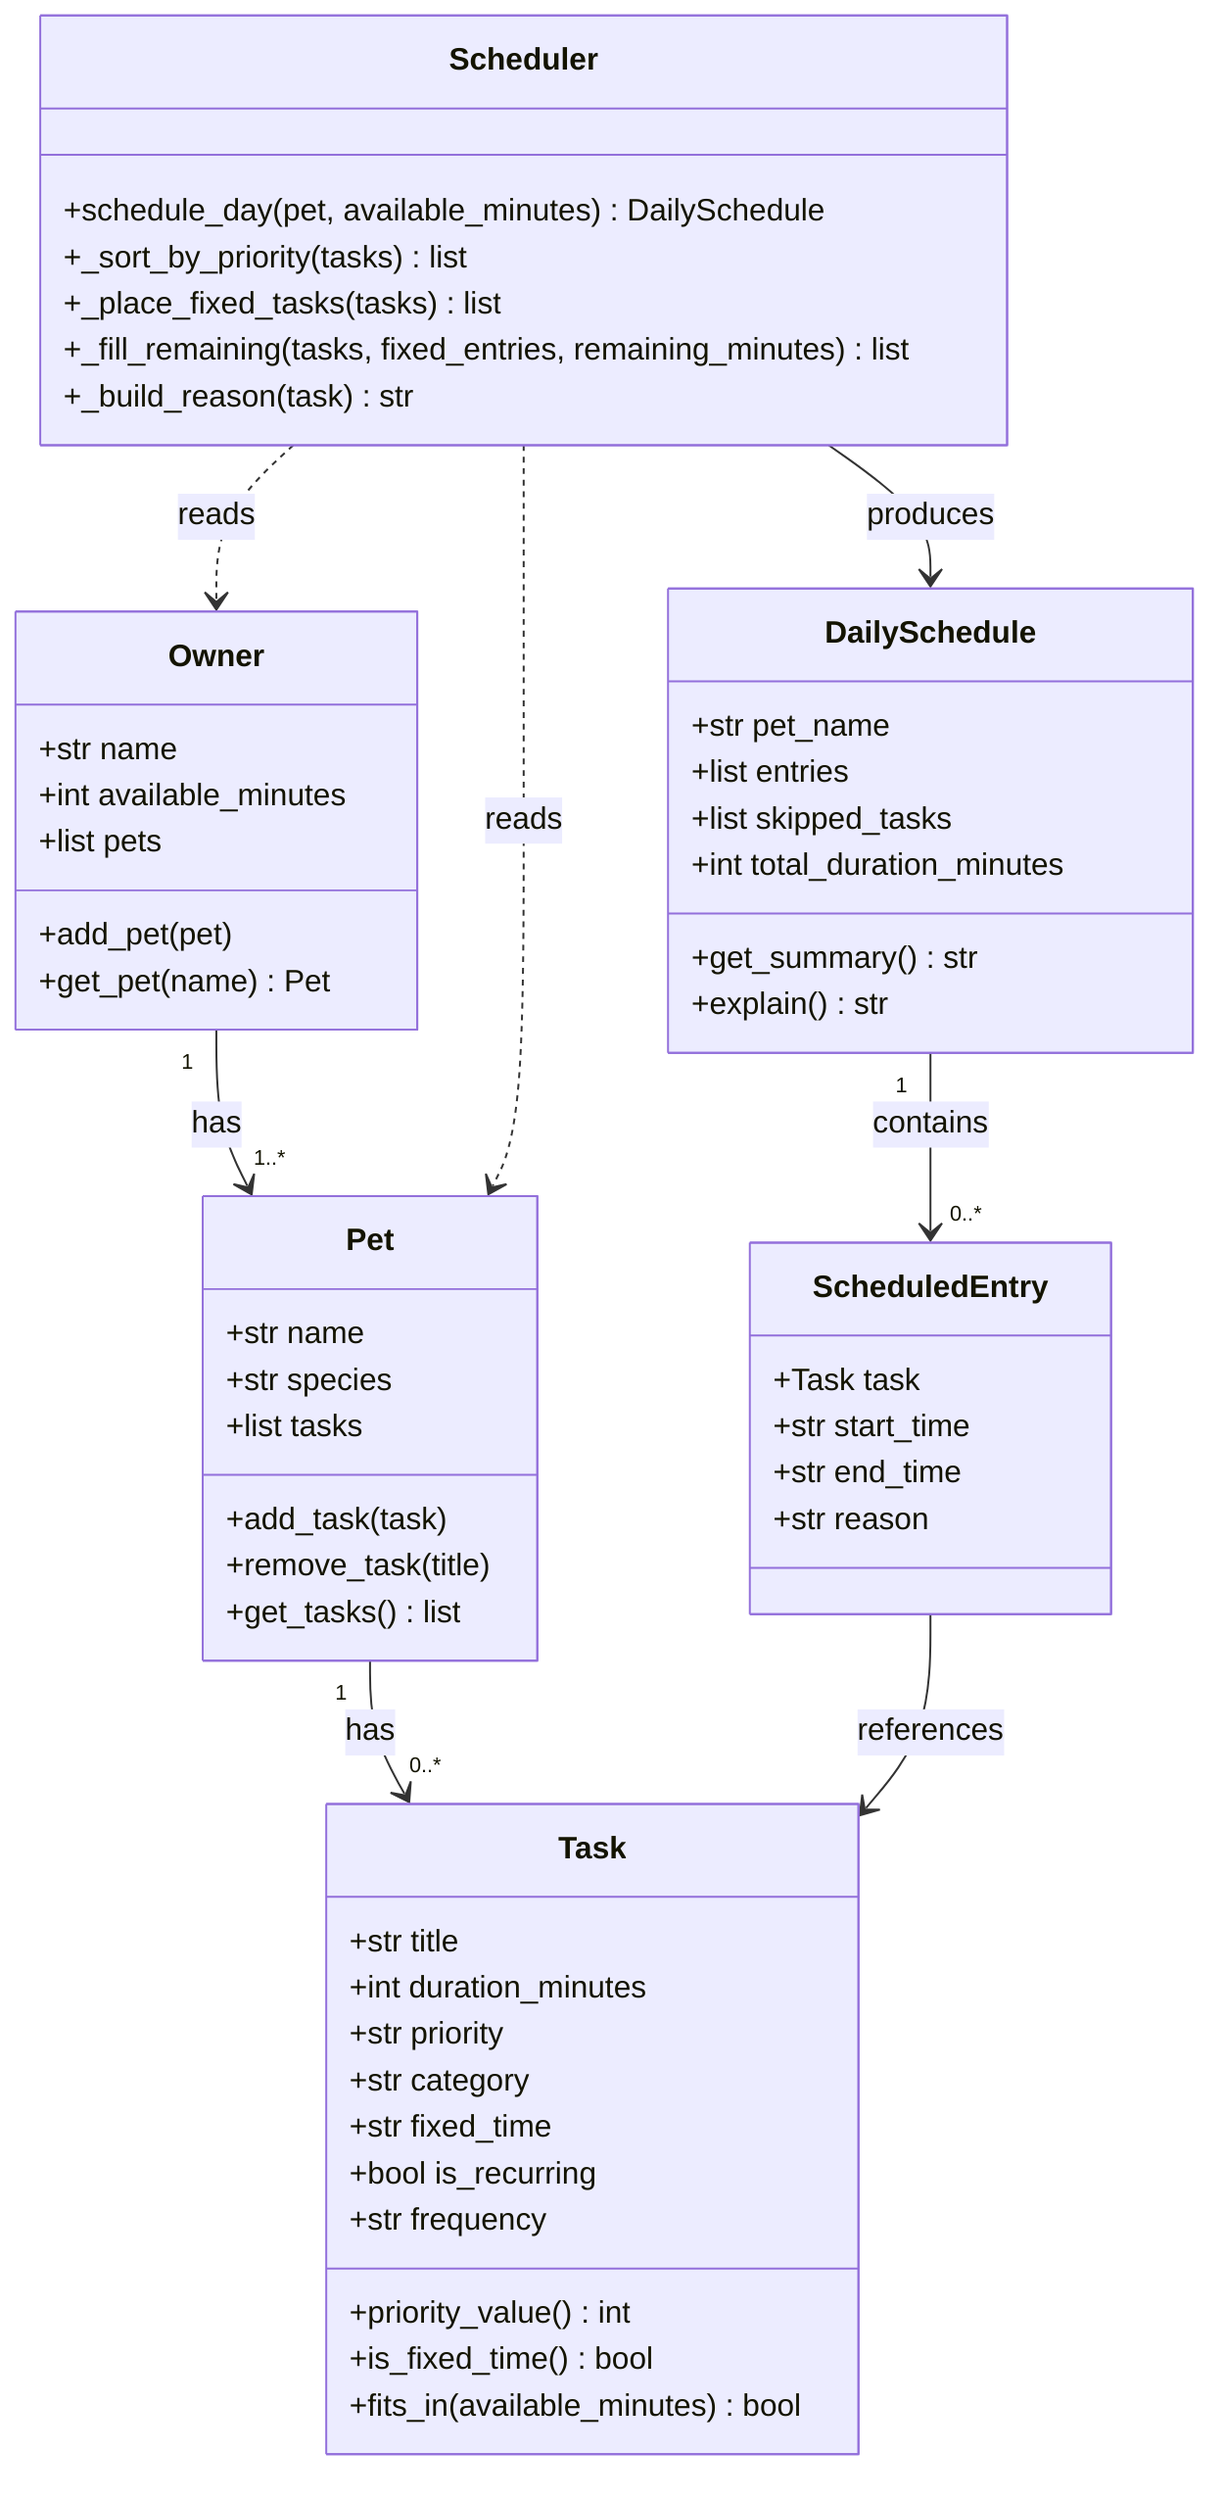
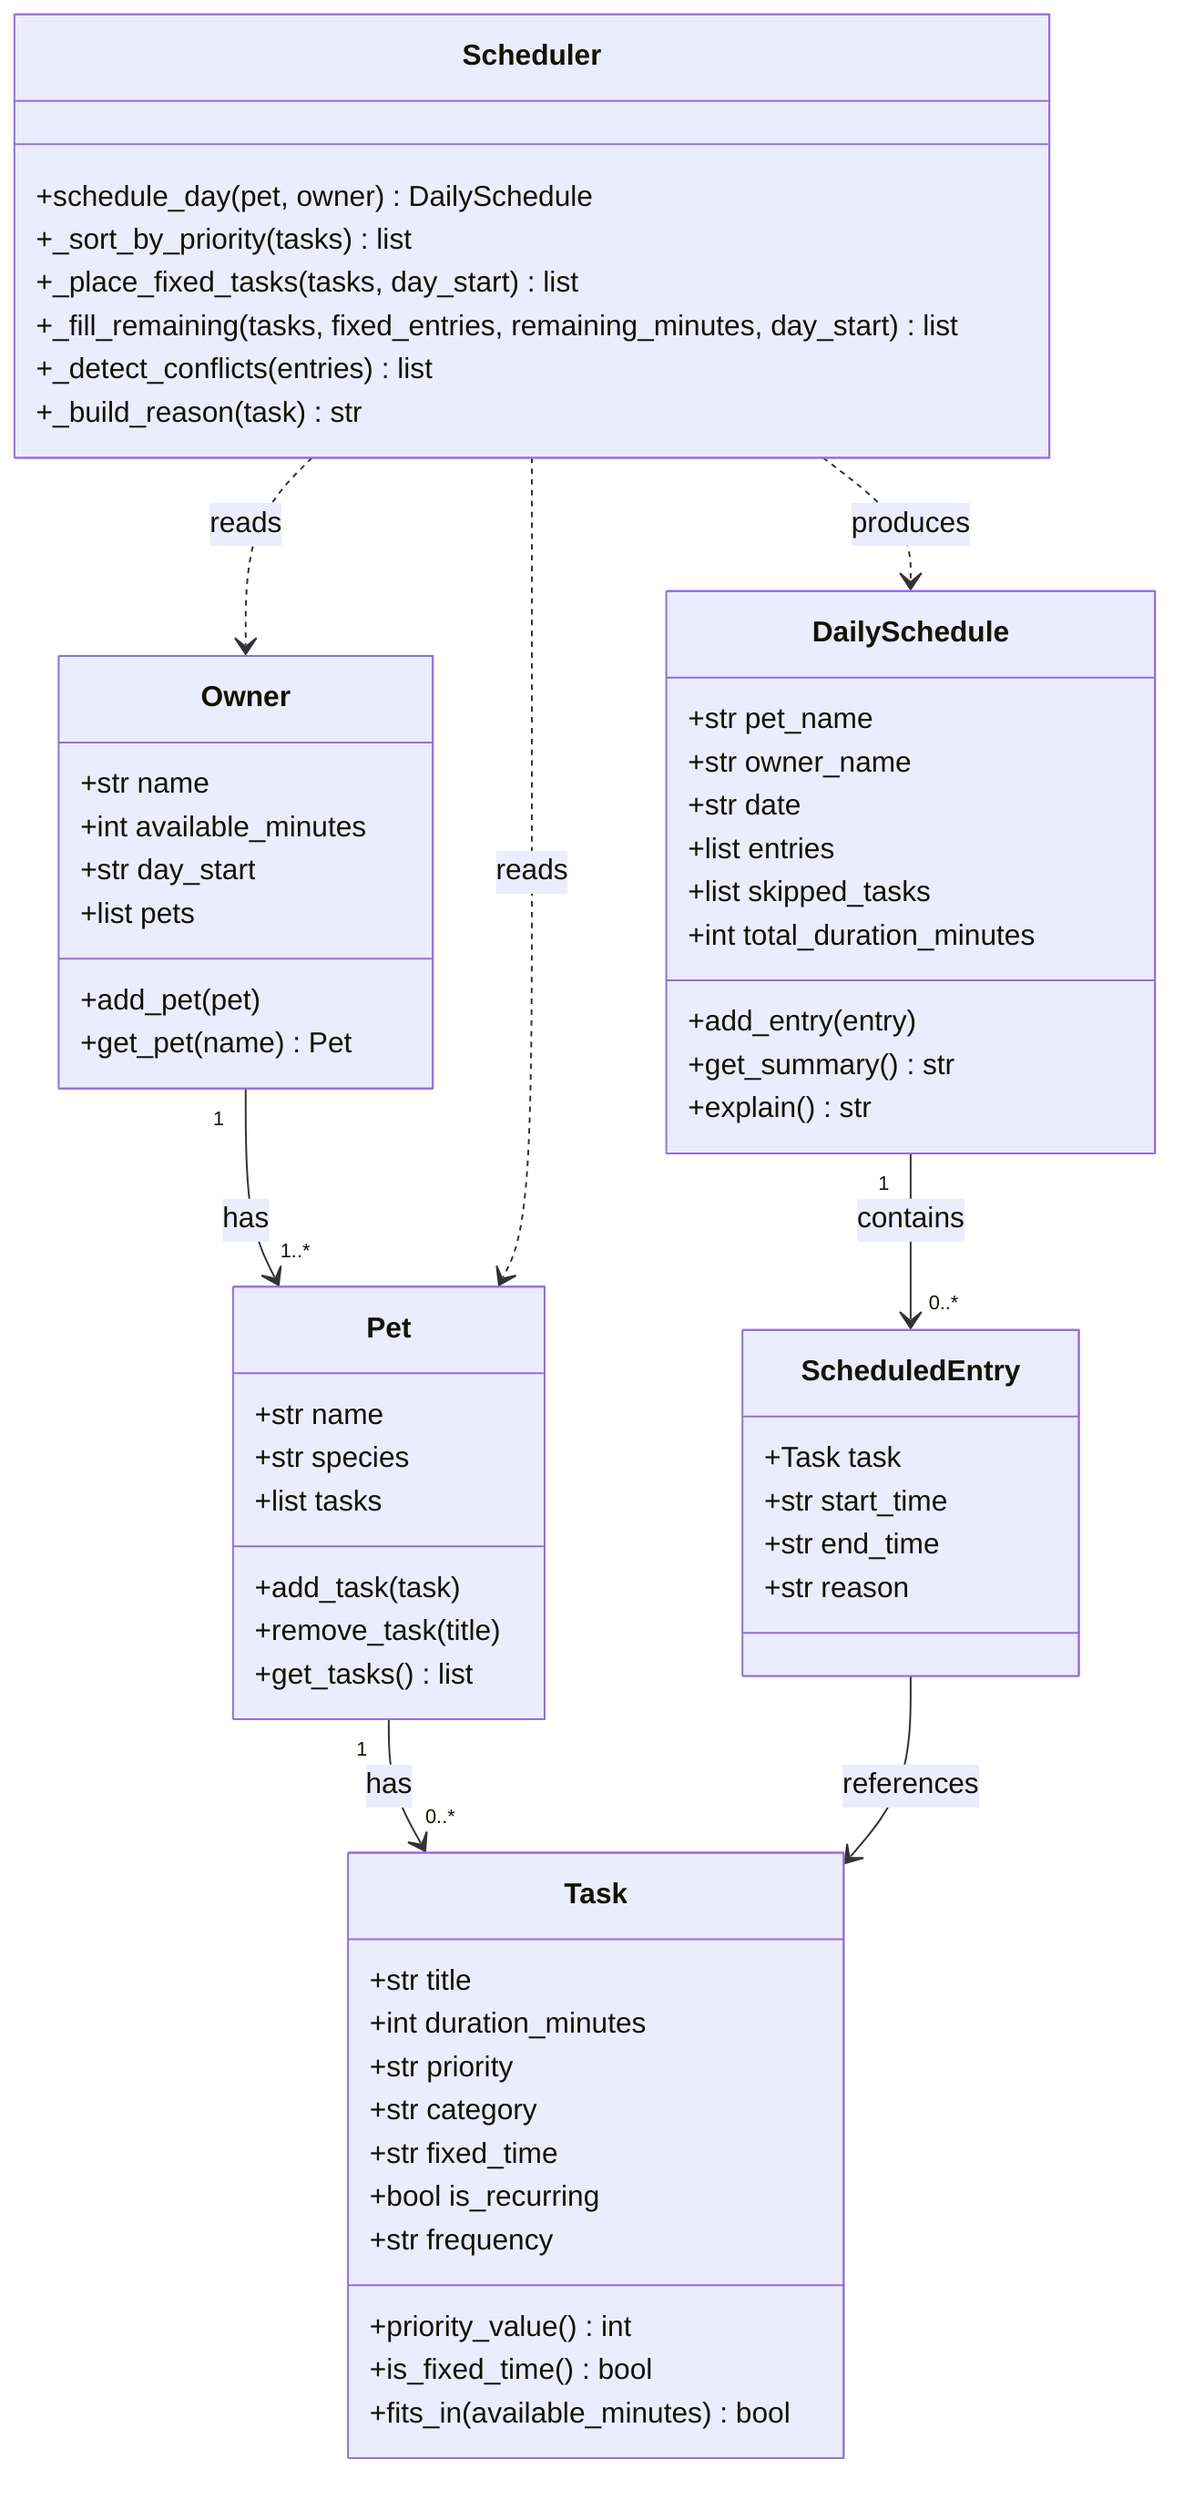
classDiagram
    class Task {
        +str title
        +int duration_minutes
        +str priority
        +str category
        +str fixed_time
        +bool is_recurring
        +str frequency
        +priority_value() int
        +is_fixed_time() bool
        +fits_in(available_minutes) bool
    }

    class Pet {
        +str name
        +str species
        +list tasks
        +add_task(task)
        +remove_task(title)
        +get_tasks() list
    }

    class Owner {
        +str name
        +int available_minutes
+         +str day_start
        +list pets
        +add_pet(pet)
        +get_pet(name) Pet
    }

    class Scheduler {
-         +schedule_day(pet, available_minutes) DailySchedule
+         +schedule_day(pet, owner) DailySchedule
        +_sort_by_priority(tasks) list
-         +_place_fixed_tasks(tasks) list
-         +_fill_remaining(tasks, fixed_entries, remaining_minutes) list
+         +_place_fixed_tasks(tasks, day_start) list
+         +_fill_remaining(tasks, fixed_entries, remaining_minutes, day_start) list
+         +_detect_conflicts(entries) list
        +_build_reason(task) str
    }

    class ScheduledEntry {
        +Task task
        +str start_time
        +str end_time
        +str reason
    }

    class DailySchedule {
        +str pet_name
+         +str owner_name
+         +str date
        +list entries
        +list skipped_tasks
        +int total_duration_minutes
+         +add_entry(entry)
        +get_summary() str
        +explain() str
    }

    Owner "1" --> "1..*" Pet : has
    Pet "1" --> "0..*" Task : has
    Scheduler ..> Pet : reads
    Scheduler ..> Owner : reads
-     Scheduler --> DailySchedule : produces
+     Scheduler ..> DailySchedule : produces
    DailySchedule "1" --> "0..*" ScheduledEntry : contains
    ScheduledEntry --> Task : references
